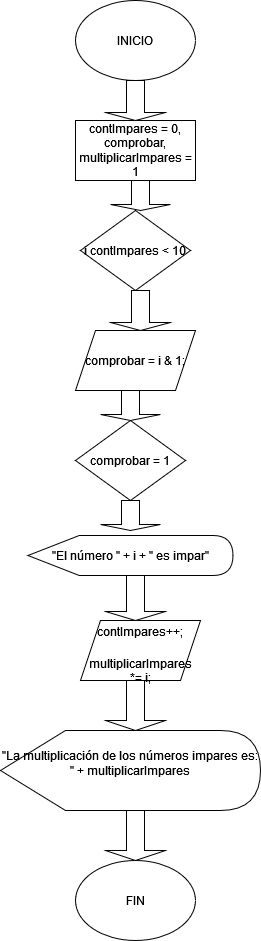
eumermondio/diagramasEntornosDesarrollo keeps this draw.io diagram as Ejercicio07.png. Above is the earlier version. Source tidied: cells renumbered, new cells last; positions are measured from the earlier drawing's top-left corner, leaving out a move shared by most shapes. Its diagram source:
```xml
<mxGraphModel>
  <root>
    <mxCell id="0" />
    <mxCell id="1" parent="0" />
    <mxCell id="2" value="INICIO" style="ellipse;whiteSpace=wrap;html=1;" parent="1" vertex="1">
      <mxGeometry x="75" width="120" height="80" as="geometry" />
    </mxCell>
    <mxCell id="3" value="FIN" style="ellipse;whiteSpace=wrap;html=1;" parent="1" vertex="1">
      <mxGeometry x="75" y="860" width="120" height="80" as="geometry" />
    </mxCell>
    <mxCell id="4" value="contImpares &lt;span class=&quot;pl-k&quot;&gt;=&lt;/span&gt; &lt;span class=&quot;pl-c1&quot;&gt;0&lt;/span&gt;, comprobar, multiplicarImpares &lt;span class=&quot;pl-k&quot;&gt;=&lt;/span&gt; &lt;span class=&quot;pl-c1&quot;&gt;1&lt;/span&gt;" style="rounded=0;whiteSpace=wrap;html=1;" parent="1" vertex="1">
      <mxGeometry x="75" y="120" width="120" height="60" as="geometry" />
    </mxCell>
    <mxCell id="5" value="&lt;span class=&quot;pl-k&quot;&gt;i&lt;/span&gt; contImpares &lt;span class=&quot;pl-k&quot;&gt;&amp;lt;&lt;/span&gt; &lt;span class=&quot;pl-c1&quot;&gt;10&lt;/span&gt; &lt;span class=&quot;pl-k&quot;&gt;&lt;/span&gt;" style="rhombus;whiteSpace=wrap;html=1;" parent="1" vertex="1">
      <mxGeometry x="80" y="210" width="110" height="80" as="geometry" />
    </mxCell>
    <mxCell id="6" value="comprobar &lt;span class=&quot;pl-k&quot;&gt;=&lt;/span&gt; i &lt;span class=&quot;pl-k&quot;&gt;&amp;amp;&lt;/span&gt; &lt;span class=&quot;pl-c1&quot;&gt;1&lt;/span&gt;;" style="shape=parallelogram;perimeter=parallelogramPerimeter;whiteSpace=wrap;html=1;fixedSize=1;" parent="1" vertex="1">
      <mxGeometry x="75" y="330" width="120" height="60" as="geometry" />
    </mxCell>
    <mxCell id="7" value="&lt;div&gt;comprobar &lt;span class=&quot;pl-k&quot;&gt;= &lt;/span&gt;&lt;span class=&quot;pl-c1&quot;&gt;1&lt;/span&gt;&lt;/div&gt;" style="rhombus;whiteSpace=wrap;html=1;" parent="1" vertex="1">
      <mxGeometry x="75" y="420" width="110" height="80" as="geometry" />
    </mxCell>
    <mxCell id="8" value="&lt;span class=&quot;pl-s&quot;&gt;&lt;span class=&quot;pl-pds&quot;&gt;&quot;&lt;/span&gt;El número &lt;span class=&quot;pl-pds&quot;&gt;&quot;&lt;/span&gt;&lt;/span&gt; &lt;span class=&quot;pl-k&quot;&gt;+&lt;/span&gt; i &lt;span class=&quot;pl-k&quot;&gt;+&lt;/span&gt; &lt;span class=&quot;pl-s&quot;&gt;&lt;span class=&quot;pl-pds&quot;&gt;&quot;&lt;/span&gt; es impar&lt;span class=&quot;pl-pds&quot;&gt;&quot;&lt;/span&gt;&lt;/span&gt;" style="shape=display;whiteSpace=wrap;html=1;" parent="1" vertex="1">
      <mxGeometry x="27.5" y="535" width="205" height="40" as="geometry" />
    </mxCell>
    <mxCell id="9" value="&lt;br/&gt;      &#9;&#9;&#9;&#9;contImpares&lt;span class=&quot;pl-k&quot;&gt;++&lt;/span&gt;;&lt;table class=&quot;highlight tab-size js-file-line-container&quot;&gt;&lt;tbody&gt;&lt;tr&gt;&lt;td id=&quot;LC16&quot; class=&quot;blob-code blob-code-inner js-file-line&quot;&gt;multiplicarImpares &lt;span class=&quot;pl-k&quot;&gt;*=&lt;/span&gt; i;&lt;/td&gt;&lt;br/&gt;      &lt;/tr&gt;&lt;tr&gt;&lt;br/&gt;        &lt;/tr&gt;&lt;/tbody&gt;&lt;/table&gt;" style="shape=parallelogram;perimeter=parallelogramPerimeter;whiteSpace=wrap;html=1;fixedSize=1;" parent="1" vertex="1">
      <mxGeometry x="80" y="620" width="120" height="60" as="geometry" />
    </mxCell>
    <mxCell id="10" value="&#10;&lt;span class=&quot;pl-s&quot;&gt;&lt;span class=&quot;pl-pds&quot;&gt;&quot;&lt;/span&gt;La multiplicación de los números impares es: &lt;span class=&quot;pl-pds&quot;&gt;&quot;&lt;/span&gt;&lt;/span&gt; &lt;span class=&quot;pl-k&quot;&gt;+&lt;/span&gt; multiplicarImpares&#10;&#10;" style="shape=display;whiteSpace=wrap;html=1;" parent="1" vertex="1">
      <mxGeometry y="730" width="260" height="80" as="geometry" />
    </mxCell>
    <mxCell id="11" style="shape=singleArrow;direction=south;whiteSpace=wrap;html=1;" parent="1" vertex="1">
      <mxGeometry x="105" y="80" width="60" height="40" as="geometry" />
    </mxCell>
    <mxCell id="12" style="shape=singleArrow;direction=south;whiteSpace=wrap;html=1;" parent="1" vertex="1">
      <mxGeometry x="110" y="180" width="60" height="30" as="geometry" />
    </mxCell>
    <mxCell id="13" style="shape=singleArrow;direction=south;whiteSpace=wrap;html=1;" parent="1" vertex="1">
      <mxGeometry x="110" y="290" width="60" height="40" as="geometry" />
    </mxCell>
    <mxCell id="14" style="shape=singleArrow;direction=south;whiteSpace=wrap;html=1;" parent="1" vertex="1">
      <mxGeometry x="100" y="390" width="60" height="30" as="geometry" />
    </mxCell>
    <mxCell id="15" style="shape=singleArrow;direction=south;whiteSpace=wrap;html=1;" parent="1" vertex="1">
      <mxGeometry x="100" y="500" width="60" height="30" as="geometry" />
    </mxCell>
    <mxCell id="16" style="shape=singleArrow;direction=south;whiteSpace=wrap;html=1;" parent="1" vertex="1">
      <mxGeometry x="105" y="575" width="60" height="45" as="geometry" />
    </mxCell>
    <mxCell id="17" style="shape=singleArrow;direction=south;whiteSpace=wrap;html=1;" parent="1" vertex="1">
      <mxGeometry x="105" y="680" width="60" height="50" as="geometry" />
    </mxCell>
    <mxCell id="18" style="shape=singleArrow;direction=south;whiteSpace=wrap;html=1;" parent="1" vertex="1">
      <mxGeometry x="105" y="810" width="60" height="50" as="geometry" />
    </mxCell>
  </root>
</mxGraphModel>
```
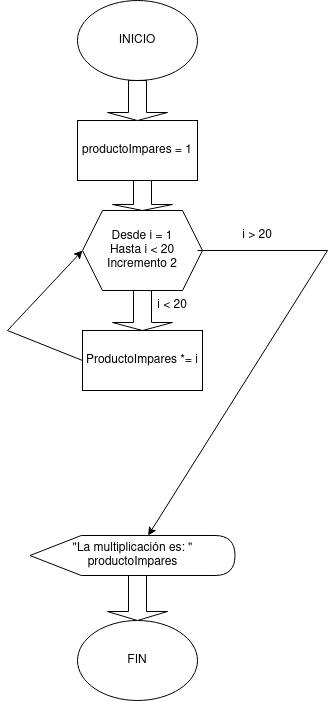
The same diagram one commit later.

What changed in the source:
```diff
@@ -6,29 +6,14 @@
       <mxGeometry x="75" width="120" height="80" as="geometry" />
     </mxCell>
     <mxCell id="3" value="FIN" style="ellipse;whiteSpace=wrap;html=1;" parent="1" vertex="1">
-      <mxGeometry x="75" y="860" width="120" height="80" as="geometry" />
+      <mxGeometry x="75" y="620" width="120" height="80" as="geometry" />
     </mxCell>
-    <mxCell id="4" value="contImpares &lt;span class=&quot;pl-k&quot;&gt;=&lt;/span&gt; &lt;span class=&quot;pl-c1&quot;&gt;0&lt;/span&gt;, comprobar, multiplicarImpares &lt;span class=&quot;pl-k&quot;&gt;=&lt;/span&gt; &lt;span class=&quot;pl-c1&quot;&gt;1&lt;/span&gt;" style="rounded=0;whiteSpace=wrap;html=1;" parent="1" vertex="1">
+    <mxCell id="4" value="productoImpares = 1" style="rounded=0;whiteSpace=wrap;html=1;" parent="1" vertex="1">
       <mxGeometry x="75" y="120" width="120" height="60" as="geometry" />
     </mxCell>
-    <mxCell id="5" value="&lt;span class=&quot;pl-k&quot;&gt;i&lt;/span&gt; contImpares &lt;span class=&quot;pl-k&quot;&gt;&amp;lt;&lt;/span&gt; &lt;span class=&quot;pl-c1&quot;&gt;10&lt;/span&gt; &lt;span class=&quot;pl-k&quot;&gt;&lt;/span&gt;" style="rhombus;whiteSpace=wrap;html=1;" parent="1" vertex="1">
-      <mxGeometry x="80" y="210" width="110" height="80" as="geometry" />
-    </mxCell>
-    <mxCell id="6" value="comprobar &lt;span class=&quot;pl-k&quot;&gt;=&lt;/span&gt; i &lt;span class=&quot;pl-k&quot;&gt;&amp;amp;&lt;/span&gt; &lt;span class=&quot;pl-c1&quot;&gt;1&lt;/span&gt;;" style="shape=parallelogram;perimeter=parallelogramPerimeter;whiteSpace=wrap;html=1;fixedSize=1;" parent="1" vertex="1">
-      <mxGeometry x="75" y="330" width="120" height="60" as="geometry" />
-    </mxCell>
-    <mxCell id="7" value="&lt;div&gt;comprobar &lt;span class=&quot;pl-k&quot;&gt;= &lt;/span&gt;&lt;span class=&quot;pl-c1&quot;&gt;1&lt;/span&gt;&lt;/div&gt;" style="rhombus;whiteSpace=wrap;html=1;" parent="1" vertex="1">
-      <mxGeometry x="75" y="420" width="110" height="80" as="geometry" />
-    </mxCell>
-    <mxCell id="8" value="&lt;span class=&quot;pl-s&quot;&gt;&lt;span class=&quot;pl-pds&quot;&gt;&quot;&lt;/span&gt;El número &lt;span class=&quot;pl-pds&quot;&gt;&quot;&lt;/span&gt;&lt;/span&gt; &lt;span class=&quot;pl-k&quot;&gt;+&lt;/span&gt; i &lt;span class=&quot;pl-k&quot;&gt;+&lt;/span&gt; &lt;span class=&quot;pl-s&quot;&gt;&lt;span class=&quot;pl-pds&quot;&gt;&quot;&lt;/span&gt; es impar&lt;span class=&quot;pl-pds&quot;&gt;&quot;&lt;/span&gt;&lt;/span&gt;" style="shape=display;whiteSpace=wrap;html=1;" parent="1" vertex="1">
+    <mxCell id="8" value="&quot;La multiplicación es: &quot; productoImpares" style="shape=display;whiteSpace=wrap;html=1;" parent="1" vertex="1">
       <mxGeometry x="27.5" y="535" width="205" height="40" as="geometry" />
     </mxCell>
-    <mxCell id="9" value="&lt;br/&gt;      &#9;&#9;&#9;&#9;contImpares&lt;span class=&quot;pl-k&quot;&gt;++&lt;/span&gt;;&lt;table class=&quot;highlight tab-size js-file-line-container&quot;&gt;&lt;tbody&gt;&lt;tr&gt;&lt;td id=&quot;LC16&quot; class=&quot;blob-code blob-code-inner js-file-line&quot;&gt;multiplicarImpares &lt;span class=&quot;pl-k&quot;&gt;*=&lt;/span&gt; i;&lt;/td&gt;&lt;br/&gt;      &lt;/tr&gt;&lt;tr&gt;&lt;br/&gt;        &lt;/tr&gt;&lt;/tbody&gt;&lt;/table&gt;" style="shape=parallelogram;perimeter=parallelogramPerimeter;whiteSpace=wrap;html=1;fixedSize=1;" parent="1" vertex="1">
-      <mxGeometry x="80" y="620" width="120" height="60" as="geometry" />
-    </mxCell>
-    <mxCell id="10" value="&#10;&lt;span class=&quot;pl-s&quot;&gt;&lt;span class=&quot;pl-pds&quot;&gt;&quot;&lt;/span&gt;La multiplicación de los números impares es: &lt;span class=&quot;pl-pds&quot;&gt;&quot;&lt;/span&gt;&lt;/span&gt; &lt;span class=&quot;pl-k&quot;&gt;+&lt;/span&gt; multiplicarImpares&#10;&#10;" style="shape=display;whiteSpace=wrap;html=1;" parent="1" vertex="1">
-      <mxGeometry y="730" width="260" height="80" as="geometry" />
-    </mxCell>
     <mxCell id="11" style="shape=singleArrow;direction=south;whiteSpace=wrap;html=1;" parent="1" vertex="1">
       <mxGeometry x="105" y="80" width="60" height="40" as="geometry" />
     </mxCell>
@@ -38,20 +23,34 @@
     <mxCell id="13" style="shape=singleArrow;direction=south;whiteSpace=wrap;html=1;" parent="1" vertex="1">
       <mxGeometry x="110" y="290" width="60" height="40" as="geometry" />
     </mxCell>
-    <mxCell id="14" style="shape=singleArrow;direction=south;whiteSpace=wrap;html=1;" parent="1" vertex="1">
-      <mxGeometry x="100" y="390" width="60" height="30" as="geometry" />
-    </mxCell>
-    <mxCell id="15" style="shape=singleArrow;direction=south;whiteSpace=wrap;html=1;" parent="1" vertex="1">
-      <mxGeometry x="100" y="500" width="60" height="30" as="geometry" />
-    </mxCell>
     <mxCell id="16" style="shape=singleArrow;direction=south;whiteSpace=wrap;html=1;" parent="1" vertex="1">
       <mxGeometry x="105" y="575" width="60" height="45" as="geometry" />
     </mxCell>
-    <mxCell id="17" style="shape=singleArrow;direction=south;whiteSpace=wrap;html=1;" parent="1" vertex="1">
-      <mxGeometry x="105" y="680" width="60" height="50" as="geometry" />
-    </mxCell>
-    <mxCell id="18" style="shape=singleArrow;direction=south;whiteSpace=wrap;html=1;" parent="1" vertex="1">
-      <mxGeometry x="105" y="810" width="60" height="50" as="geometry" />
-    </mxCell>
+    <mxCell id="19" value="&lt;div&gt;Desde i = 1&lt;/div&gt;&lt;div&gt;Hasta i &amp;lt; 20&lt;/div&gt;&lt;div&gt;Incremento 2&lt;br&gt;&lt;/div&gt;" style="shape=hexagon;perimeter=hexagonPerimeter2;whiteSpace=wrap;html=1;fixedSize=1;" parent="1" vertex="1">
+      <mxGeometry x="80" y="210" width="120" height="80" as="geometry" />
+    </mxCell>
+    <mxCell id="20" value="i &amp;lt; 20" style="text;html=1;strokeColor=none;fillColor=none;align=center;verticalAlign=middle;whiteSpace=wrap;rounded=0;" parent="1" vertex="1">
+      <mxGeometry x="140" y="290" width="60" height="30" as="geometry" />
+    </mxCell>
+    <mxCell id="21" value="ProductoImpares *= i" style="rounded=0;whiteSpace=wrap;html=1;" parent="1" vertex="1">
+      <mxGeometry x="80" y="330" width="120" height="60" as="geometry" />
+    </mxCell>
+    <mxCell id="22" value="i &amp;gt; 20" style="text;html=1;strokeColor=none;fillColor=none;align=center;verticalAlign=middle;whiteSpace=wrap;rounded=0;" parent="1" vertex="1">
+      <mxGeometry x="225" y="220" width="60" height="30" as="geometry" />
+    </mxCell>
+    <mxCell id="23" style="endArrow=classic;html=1;rounded=0;exitX=0.958;exitY=0.5;exitDx=0;exitDy=0;exitPerimeter=0;entryX=0;entryY=0;entryDx=118.125;entryDy=0;entryPerimeter=0;" parent="1" edge="1" source="19" target="8">
+      <mxGeometry relative="1" as="geometry">
+        <Array as="points">
+          <mxPoint x="325" y="250" />
+        </Array>
+      </mxGeometry>
+    </mxCell>
+    <mxCell id="24" style="endArrow=classic;html=1;rounded=0;exitX=0;exitY=0.5;exitDx=0;exitDy=0;entryX=0;entryY=0.5;entryDx=0;entryDy=0;" parent="1" edge="1" source="21" target="19">
+      <mxGeometry relative="1" as="geometry">
+        <Array as="points">
+          <mxPoint x="5" y="330" />
+        </Array>
+      </mxGeometry>
+    </mxCell>
   </root>
 </mxGraphModel>
```
